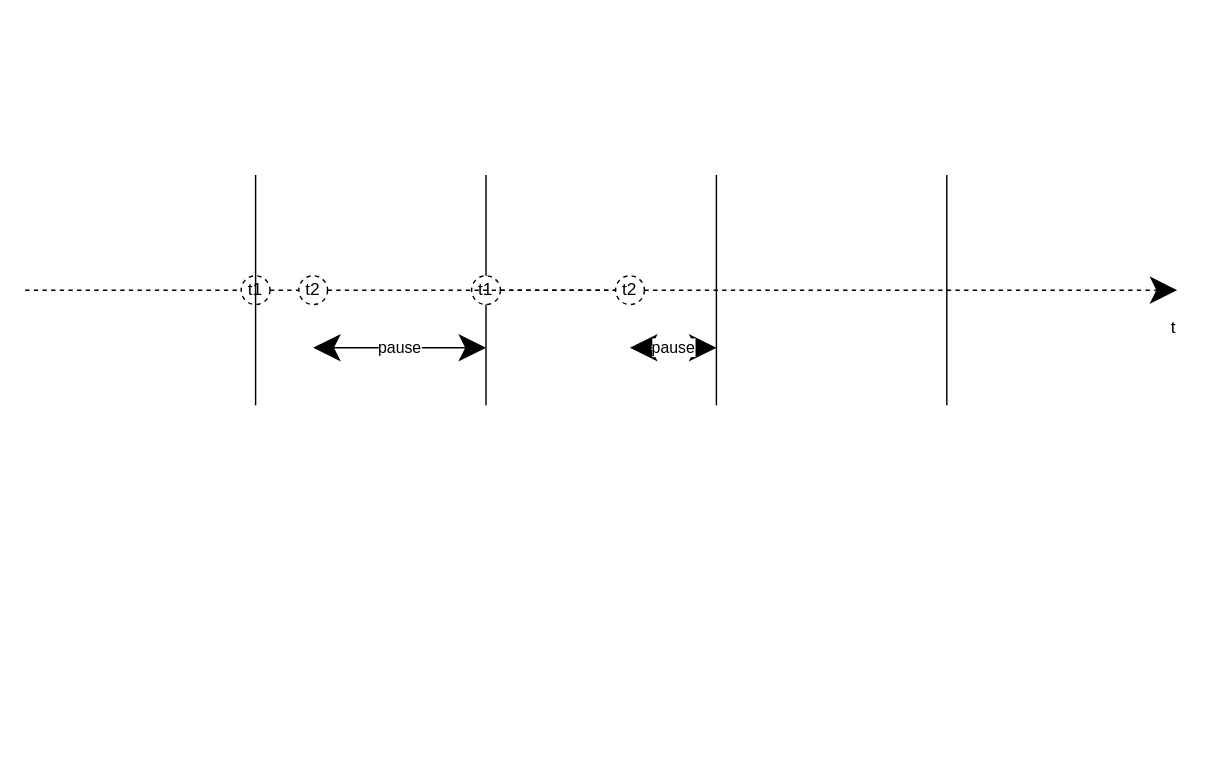
This is page "time diag" (2 of 3) of TankUML.drawio from ProgProgrammer/tanks2, a draw.io file, before an edit. Source tidied: cells renumbered, new cells numbered last; positions are measured from the earlier drawing's top-left corner, leaving out a move shared by most shapes. Both pictures are drawn from the tidied source at 144%, with x=0, y=0 at pixel (24, 174).
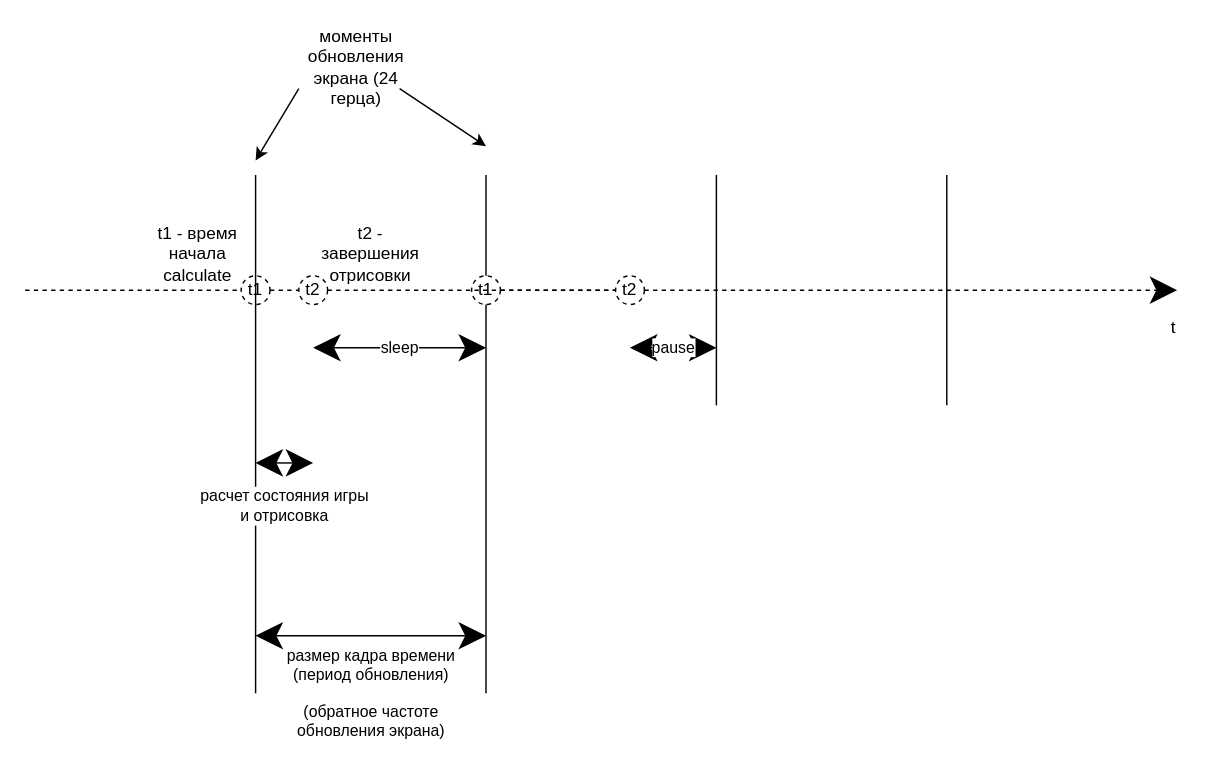
After the change.

What changed in the source:
```diff
@@
     <mxCell id="8" style="endArrow=none;html=1;rounded=0;endSize=16;strokeWidth=1;" parent="1" edge="1">
       <mxGeometry relative="1" as="geometry">
-        <mxPoint x="160" y="160" as="sourcePoint" />
+        <mxPoint x="160" y="360" as="sourcePoint" />
         <mxPoint x="160" as="targetPoint" />
       </mxGeometry>
     </mxCell>
     <mxCell id="9" style="endArrow=none;html=1;rounded=0;endSize=16;strokeWidth=1;" parent="1" edge="1">
       <mxGeometry relative="1" as="geometry">
-        <mxPoint x="320" y="160" as="sourcePoint" />
+        <mxPoint x="320" y="360" as="sourcePoint" />
         <mxPoint x="320" as="targetPoint" />
       </mxGeometry>
     </mxCell>
@@
-    <mxCell id="12" value="pause" style="endArrow=classic;startArrow=classic;html=1;rounded=0;endSize=16;strokeWidth=1;startSize=16;" parent="1" edge="1">
+    <mxCell id="12" value="sleep" style="endArrow=classic;startArrow=classic;html=1;rounded=0;endSize=16;strokeWidth=1;startSize=16;" parent="1" edge="1">
       <mxGeometry relative="1" as="geometry">
         <mxPoint x="200" y="120" as="sourcePoint" />
         <mxPoint x="320" y="120" as="targetPoint" />
       </mxGeometry>
     </mxCell>
@@
+    <mxCell id="18" value="расчет состояния игры &lt;br&gt;и отрисовка" style="endArrow=classic;startArrow=classic;html=1;rounded=0;endSize=16;strokeWidth=1;startSize=16;" parent="1" edge="1">
+      <mxGeometry y="-30" relative="1" as="geometry">
+        <mxPoint x="160" y="200" as="sourcePoint" />
+        <mxPoint x="200" y="200" as="targetPoint" />
+      </mxGeometry>
+    </mxCell>
+    <mxCell id="19" value="размер кадра времени&lt;br&gt;(период обновления)&lt;br&gt;&lt;br&gt;(обратное частоте &lt;br&gt;обновления экрана)" style="endArrow=classic;startArrow=classic;html=1;rounded=0;endSize=16;strokeWidth=1;startSize=16;" parent="1" edge="1">
+      <mxGeometry y="-40" relative="1" as="geometry">
+        <mxPoint x="160" y="320" as="sourcePoint" />
+        <mxPoint x="320" y="320" as="targetPoint" />
+      </mxGeometry>
+    </mxCell>
+    <mxCell id="20" value="t1 - время начала calculate" style="text;html=1;strokeColor=none;fillColor=none;align=center;verticalAlign=middle;whiteSpace=wrap;rounded=0;" parent="1" vertex="1">
+      <mxGeometry x="90" y="40" width="60" height="30" as="geometry" />
+    </mxCell>
+    <mxCell id="21" value="t2 - завершения отрисовки" style="text;html=1;strokeColor=none;fillColor=none;align=center;verticalAlign=middle;whiteSpace=wrap;rounded=0;" parent="1" vertex="1">
+      <mxGeometry x="210" y="40" width="60" height="30" as="geometry" />
+    </mxCell>
+    <mxCell id="22" value="моменты обновления экрана (24 герца)" style="text;html=1;strokeColor=none;fillColor=none;align=center;verticalAlign=middle;whiteSpace=wrap;rounded=0;" parent="1" vertex="1">
+      <mxGeometry x="200" y="-90" width="60" height="30" as="geometry" />
+    </mxCell>
+    <mxCell id="23" style="endArrow=classic;html=1;rounded=0;" parent="1" edge="1">
+      <mxGeometry relative="1" as="geometry">
+        <mxPoint x="260" y="-60" as="sourcePoint" />
+        <mxPoint x="320" y="-20" as="targetPoint" />
+      </mxGeometry>
+    </mxCell>
+    <mxCell id="24" style="endArrow=classic;html=1;rounded=0;" parent="1" edge="1">
+      <mxGeometry relative="1" as="geometry">
+        <mxPoint x="190" y="-60" as="sourcePoint" />
+        <mxPoint x="160" y="-10" as="targetPoint" />
+      </mxGeometry>
+    </mxCell>
```
